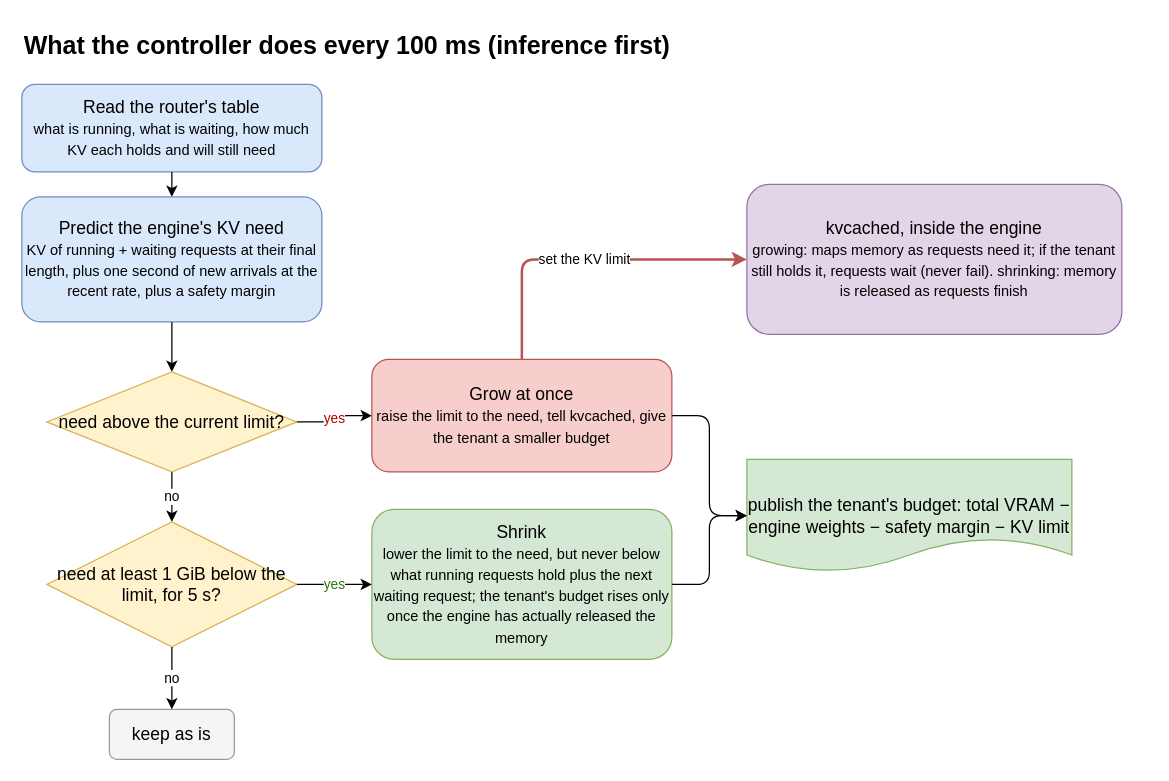
Above: coloc_adjust/diagrams/03_controller_loop.drawio in 852866031/cuda-schedule-project (draw.io), before the change. Source tidied: cells renumbered, new cells numbered last; positions are measured from the earlier drawing's top-left corner, leaving out a move shared by most shapes. Both pictures are drawn from the tidied source at 125%, with x=0, y=0 at pixel (21, 21).
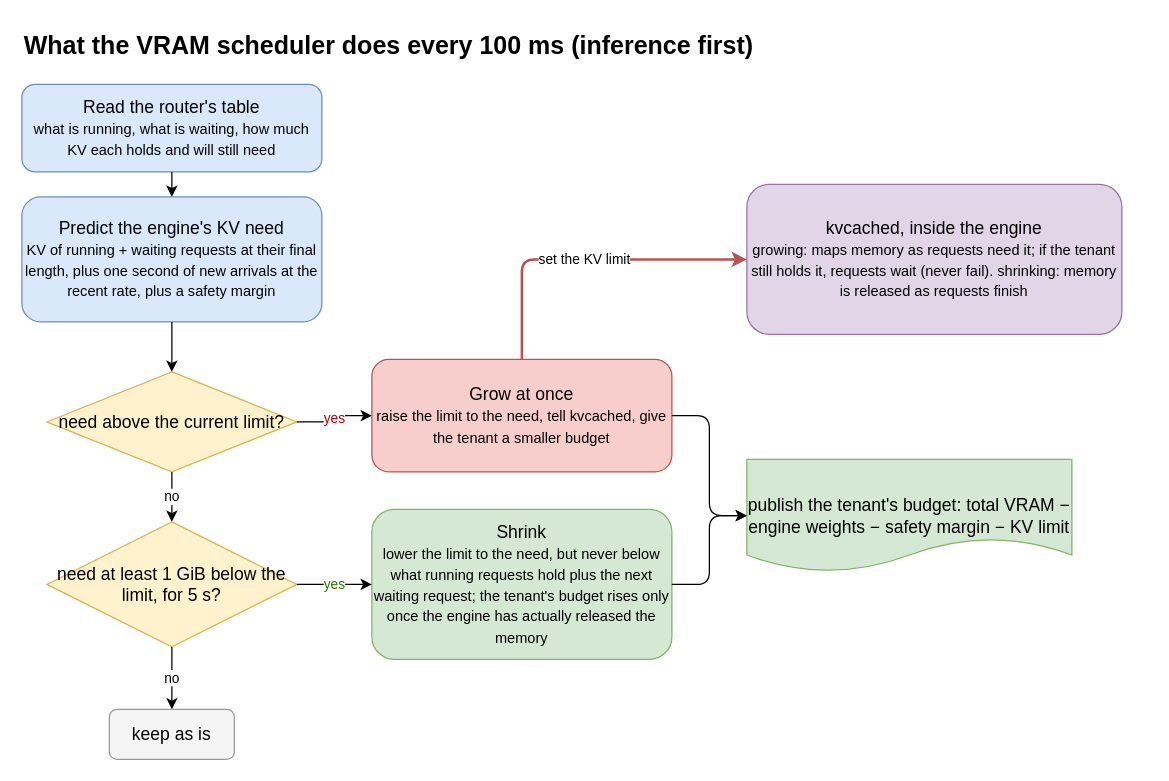
The same page after the edit.

What changed in the source:
```diff
@@
-    <mxCell id="2" value="What the controller does every 100 ms (inference first)" style="text;html=1;fontSize=20;fontStyle=1;align=left;" parent="1" vertex="1">
+    <mxCell id="2" value="What the VRAM scheduler does every 100 ms (inference first)" style="text;html=1;fontSize=20;fontStyle=1;align=left;" parent="1" vertex="1">
       <mxGeometry width="900" height="30" as="geometry" />
     </mxCell>
```
